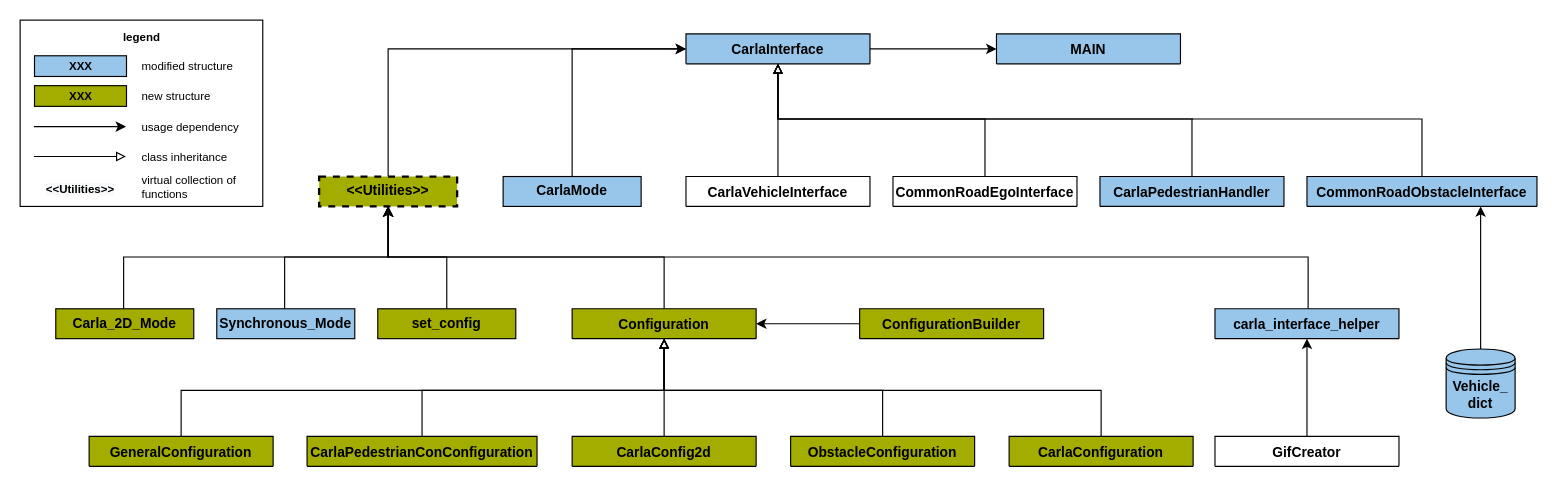
The draw.io diagram docs/Carlacr_OnlyClass.drawio in CommonRoad/commonroad-carla-interface, before the edit. Source tidied: cells renumbered, new cells numbered last; positions are measured from the earlier drawing's top-left corner, leaving out a move shared by most shapes. Both pictures are drawn from the tidied source at 115%, with x=0, y=0 at pixel (20, 20).
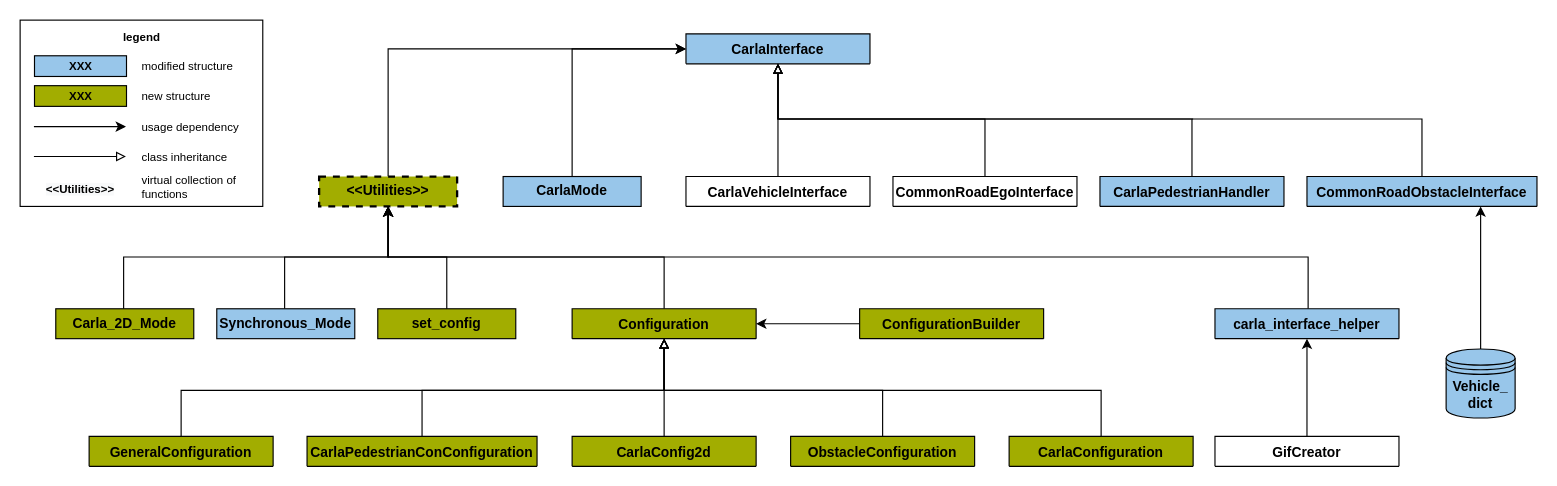
After the change.

Commit message (it also covers changes not shown here):
Update UML diagram

Unchanged cells that the change refers to:
```xml
<mxCell id="8" value="CarlaInterface" style="swimlane;fontStyle=1;align=center;verticalAlign=top;horizontal=1;startSize=26;rounded=0;shadow=0;strokeWidth=1;fillColor=#98c6ea;" parent="1" vertex="1" collapsed="1">
  <mxGeometry x="579" y="12" width="160" height="26" as="geometry" />
</mxCell>
```

Change to the diagram source:
```diff
@@
-    <mxCell id="7" style="edgeStyle=orthogonalEdgeStyle;rounded=0;jettySize=auto;html=1;endArrow=classic;endFill=1;" parent="1" edge="1" source="8" target="17">
-      <mxGeometry relative="1" as="geometry" />
-    </mxCell>
@@
-    <mxCell id="17" value="MAIN" style="swimlane;fontStyle=1;align=center;verticalAlign=top;horizontal=1;startSize=26;rounded=0;shadow=0;strokeWidth=1;strokeColor=#000000;fillColor=#98c6ea;" parent="1" vertex="1" collapsed="1">
-      <mxGeometry x="849" y="12" width="160" height="26" as="geometry" />
-    </mxCell>
```
